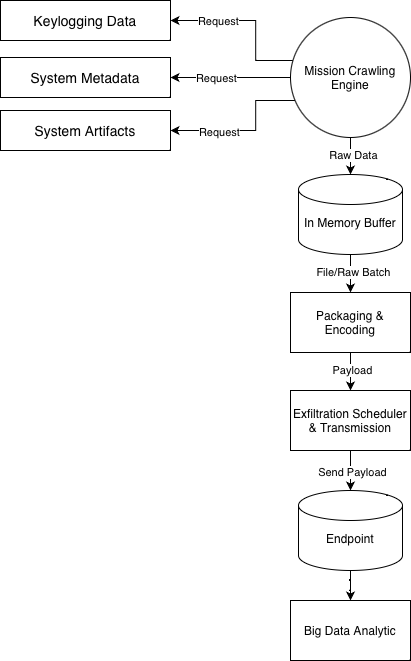
Before: image/hasil-desain.png, a diagram exported from draw.io (audraz/ProposalTA-Audra). Source tidied: cells renumbered, new cells last; positions are measured from the earlier drawing's top-left corner, leaving out a move shared by most shapes. Source of this version:
```xml
<mxGraphModel>
  <root>
    <mxCell id="0" />
    <mxCell id="1" parent="0" />
    <mxCell id="2" value="&lt;span style=&quot;text-align: start;&quot;&gt;&lt;font style=&quot;font-size: 14px;&quot;&gt;Keylogging Data&lt;/font&gt;&lt;/span&gt;" style="rounded=0;whiteSpace=wrap;html=1;" parent="1" vertex="1">
      <mxGeometry width="170" height="40" as="geometry" />
    </mxCell>
    <mxCell id="3" value="&lt;span style=&quot;text-align: start;&quot;&gt;&lt;font style=&quot;font-size: 14px;&quot;&gt;System Metadata&lt;/font&gt;&lt;/span&gt;" style="rounded=0;whiteSpace=wrap;html=1;" parent="1" vertex="1">
      <mxGeometry y="57" width="170" height="40" as="geometry" />
    </mxCell>
    <mxCell id="4" value="&lt;div style=&quot;text-align: start;&quot;&gt;&lt;span style=&quot;font-size: 14px;&quot;&gt;System Artifacts&lt;/span&gt;&lt;/div&gt;" style="rounded=0;whiteSpace=wrap;html=1;" parent="1" vertex="1">
      <mxGeometry y="110" width="170" height="40" as="geometry" />
    </mxCell>
    <mxCell id="5" style="edgeStyle=orthogonalEdgeStyle;rounded=0;jettySize=auto;html=1;entryX=1;entryY=0.5;entryDx=0;entryDy=0;" parent="1" edge="1" source="13" target="2">
      <mxGeometry relative="1" as="geometry">
        <Array as="points">
          <mxPoint x="255" y="60" />
          <mxPoint x="255" y="20" />
        </Array>
      </mxGeometry>
    </mxCell>
    <mxCell id="6" value="Request" style="edgeLabel;html=1;align=center;verticalAlign=middle;" parent="5" vertex="1">
      <mxGeometry x="0.45" y="-1" relative="1" as="geometry" />
    </mxCell>
    <mxCell id="7" style="edgeStyle=orthogonalEdgeStyle;rounded=0;jettySize=auto;html=1;entryX=1;entryY=0.5;entryDx=0;entryDy=0;" parent="1" edge="1" source="13" target="3">
      <mxGeometry relative="1" as="geometry" />
    </mxCell>
    <mxCell id="8" value="Request" style="edgeLabel;html=1;align=center;verticalAlign=middle;" parent="7" vertex="1">
      <mxGeometry x="0.24" y="-1" relative="1" as="geometry" />
    </mxCell>
    <mxCell id="9" style="edgeStyle=orthogonalEdgeStyle;rounded=0;jettySize=auto;html=1;entryX=1;entryY=0.5;entryDx=0;entryDy=0;" parent="1" edge="1" source="13" target="4">
      <mxGeometry relative="1" as="geometry">
        <Array as="points">
          <mxPoint x="255" y="100" />
          <mxPoint x="255" y="130" />
        </Array>
      </mxGeometry>
    </mxCell>
    <mxCell id="10" value="Request" style="edgeLabel;html=1;align=center;verticalAlign=middle;" parent="9" vertex="1">
      <mxGeometry x="0.42" relative="1" as="geometry" />
    </mxCell>
    <mxCell id="11" style="edgeStyle=orthogonalEdgeStyle;rounded=0;jettySize=auto;html=1;" parent="1" edge="1" source="13" target="16">
      <mxGeometry relative="1" as="geometry" />
    </mxCell>
    <mxCell id="12" value="Raw Data" style="edgeLabel;html=1;align=center;verticalAlign=middle;" parent="11" vertex="1">
      <mxGeometry x="-0.29" y="1" relative="1" as="geometry" />
    </mxCell>
    <mxCell id="13" value="Mission Crawling Engine" style="ellipse;whiteSpace=wrap;html=1;" parent="1" vertex="1">
      <mxGeometry x="290" y="17" width="120" height="120" as="geometry" />
    </mxCell>
    <mxCell id="14" style="edgeStyle=orthogonalEdgeStyle;rounded=0;jettySize=auto;html=1;entryX=0.5;entryY=0;entryDx=0;entryDy=0;" parent="1" edge="1" source="16" target="19">
      <mxGeometry relative="1" as="geometry" />
    </mxCell>
    <mxCell id="15" value="File/Raw Batch" style="edgeLabel;html=1;align=center;verticalAlign=middle;" parent="14" vertex="1">
      <mxGeometry x="-0.19" y="1" relative="1" as="geometry" />
    </mxCell>
    <mxCell id="16" value="In Memory Buffer" style="shape=cylinder3;whiteSpace=wrap;html=1;boundedLbl=1;backgroundOutline=1;size=15;" parent="1" vertex="1">
      <mxGeometry x="298" y="174" width="104" height="80" as="geometry" />
    </mxCell>
    <mxCell id="17" style="edgeStyle=orthogonalEdgeStyle;rounded=0;jettySize=auto;html=1;entryX=0.5;entryY=0;entryDx=0;entryDy=0;" parent="1" edge="1" source="19" target="20">
      <mxGeometry relative="1" as="geometry" />
    </mxCell>
    <mxCell id="18" value="Payload" style="edgeLabel;html=1;align=center;verticalAlign=middle;" parent="17" vertex="1">
      <mxGeometry x="-0.29" relative="1" as="geometry" />
    </mxCell>
    <mxCell id="19" value="Packaging &amp;amp; Encoding" style="rounded=0;whiteSpace=wrap;html=1;" parent="1" vertex="1">
      <mxGeometry x="290" y="292" width="120" height="60" as="geometry" />
    </mxCell>
    <mxCell id="20" value="Exfiltration Scheduler &amp;amp; Transmission" style="rounded=0;whiteSpace=wrap;html=1;" parent="1" vertex="1">
      <mxGeometry x="290" y="390" width="120" height="60" as="geometry" />
    </mxCell>
    <mxCell id="21" style="edgeStyle=orthogonalEdgeStyle;rounded=0;jettySize=auto;html=1;" parent="1" edge="1" source="22" target="25">
      <mxGeometry relative="1" as="geometry" />
    </mxCell>
    <mxCell id="22" value="Endpoint" style="shape=cylinder3;whiteSpace=wrap;html=1;boundedLbl=1;backgroundOutline=1;size=15;" parent="1" vertex="1">
      <mxGeometry x="298" y="490" width="104" height="80" as="geometry" />
    </mxCell>
    <mxCell id="23" style="edgeStyle=orthogonalEdgeStyle;rounded=0;jettySize=auto;html=1;entryX=0.5;entryY=0;entryDx=0;entryDy=0;entryPerimeter=0;" parent="1" edge="1" source="20" target="22">
      <mxGeometry relative="1" as="geometry" />
    </mxCell>
    <mxCell id="24" value="Send Payload" style="edgeLabel;html=1;align=center;verticalAlign=middle;" parent="23" vertex="1">
      <mxGeometry x="-0.09" relative="1" as="geometry" />
    </mxCell>
    <mxCell id="25" value="Big Data Analytic" style="rounded=0;whiteSpace=wrap;html=1;" parent="1" vertex="1">
      <mxGeometry x="290" y="600" width="120" height="60" as="geometry" />
    </mxCell>
  </root>
</mxGraphModel>
```
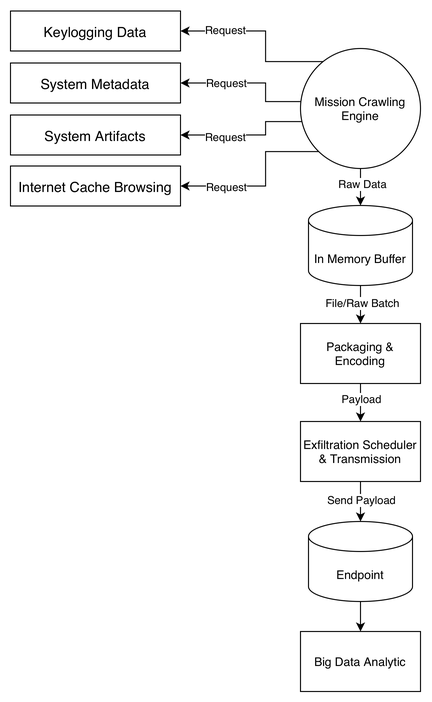
After the change.

Diff of the diagram source:
```diff
@@ -3,48 +3,64 @@
     <mxCell id="0" />
     <mxCell id="1" parent="0" />
     <mxCell id="2" value="&lt;span style=&quot;text-align: start;&quot;&gt;&lt;font style=&quot;font-size: 14px;&quot;&gt;Keylogging Data&lt;/font&gt;&lt;/span&gt;" style="rounded=0;whiteSpace=wrap;html=1;" parent="1" vertex="1">
-      <mxGeometry width="170" height="40" as="geometry" />
+      <mxGeometry y="-20.5" width="170" height="40" as="geometry" />
     </mxCell>
     <mxCell id="3" value="&lt;span style=&quot;text-align: start;&quot;&gt;&lt;font style=&quot;font-size: 14px;&quot;&gt;System Metadata&lt;/font&gt;&lt;/span&gt;" style="rounded=0;whiteSpace=wrap;html=1;" parent="1" vertex="1">
-      <mxGeometry y="57" width="170" height="40" as="geometry" />
+      <mxGeometry y="31.5" width="170" height="40" as="geometry" />
     </mxCell>
     <mxCell id="4" value="&lt;div style=&quot;text-align: start;&quot;&gt;&lt;span style=&quot;font-size: 14px;&quot;&gt;System Artifacts&lt;/span&gt;&lt;/div&gt;" style="rounded=0;whiteSpace=wrap;html=1;" parent="1" vertex="1">
-      <mxGeometry y="110" width="170" height="40" as="geometry" />
+      <mxGeometry y="83.5" width="170" height="40" as="geometry" />
     </mxCell>
     <mxCell id="5" style="edgeStyle=orthogonalEdgeStyle;rounded=0;jettySize=auto;html=1;entryX=1;entryY=0.5;entryDx=0;entryDy=0;" parent="1" edge="1" source="13" target="2">
       <mxGeometry relative="1" as="geometry">
         <Array as="points">
-          <mxPoint x="255" y="60" />
-          <mxPoint x="255" y="20" />
+          <mxPoint x="255" y="30" />
+          <mxPoint x="255" />
         </Array>
       </mxGeometry>
     </mxCell>
-    <mxCell id="6" value="Request" style="edgeLabel;html=1;align=center;verticalAlign=middle;" parent="5" vertex="1">
-      <mxGeometry x="0.45" y="-1" relative="1" as="geometry" />
-    </mxCell>
-    <mxCell id="7" style="edgeStyle=orthogonalEdgeStyle;rounded=0;jettySize=auto;html=1;entryX=1;entryY=0.5;entryDx=0;entryDy=0;" parent="1" edge="1" source="13" target="3">
-      <mxGeometry relative="1" as="geometry" />
-    </mxCell>
-    <mxCell id="8" value="Request" style="edgeLabel;html=1;align=center;verticalAlign=middle;" parent="7" vertex="1">
-      <mxGeometry x="0.24" y="-1" relative="1" as="geometry" />
-    </mxCell>
-    <mxCell id="9" style="edgeStyle=orthogonalEdgeStyle;rounded=0;jettySize=auto;html=1;entryX=1;entryY=0.5;entryDx=0;entryDy=0;" parent="1" edge="1" source="13" target="4">
-      <mxGeometry relative="1" as="geometry">
-        <Array as="points">
-          <mxPoint x="255" y="100" />
-          <mxPoint x="255" y="130" />
-        </Array>
-      </mxGeometry>
-    </mxCell>
-    <mxCell id="10" value="Request" style="edgeLabel;html=1;align=center;verticalAlign=middle;" parent="9" vertex="1">
-      <mxGeometry x="0.42" relative="1" as="geometry" />
-    </mxCell>
+    <mxCell id="26" value="Request" style="edgeLabel;html=1;align=center;verticalAlign=middle;" parent="5" vertex="1">
+      <mxGeometry x="0.49" y="-1" relative="1" as="geometry" />
+    </mxCell>
     <mxCell id="11" style="edgeStyle=orthogonalEdgeStyle;rounded=0;jettySize=auto;html=1;" parent="1" edge="1" source="13" target="16">
       <mxGeometry relative="1" as="geometry" />
     </mxCell>
     <mxCell id="12" value="Raw Data" style="edgeLabel;html=1;align=center;verticalAlign=middle;" parent="11" vertex="1">
       <mxGeometry x="-0.29" y="1" relative="1" as="geometry" />
     </mxCell>
+    <mxCell id="7" style="edgeStyle=orthogonalEdgeStyle;rounded=0;jettySize=auto;html=1;entryX=1;entryY=0.5;entryDx=0;entryDy=0;" parent="1" edge="1" source="13" target="3">
+      <mxGeometry relative="1" as="geometry">
+        <Array as="points">
+          <mxPoint x="255" y="70" />
+          <mxPoint x="255" y="52" />
+        </Array>
+      </mxGeometry>
+    </mxCell>
+    <mxCell id="27" value="Request" style="edgeLabel;html=1;align=center;verticalAlign=middle;" parent="7" vertex="1">
+      <mxGeometry x="0.36" relative="1" as="geometry" />
+    </mxCell>
+    <mxCell id="9" style="edgeStyle=orthogonalEdgeStyle;rounded=0;jettySize=auto;html=1;entryX=1;entryY=0.5;entryDx=0;entryDy=0;" parent="1" edge="1" source="13" target="4">
+      <mxGeometry relative="1" as="geometry">
+        <Array as="points">
+          <mxPoint x="255" y="90" />
+          <mxPoint x="255" y="104" />
+        </Array>
+      </mxGeometry>
+    </mxCell>
+    <mxCell id="28" value="Request" style="edgeLabel;html=1;align=center;verticalAlign=middle;" parent="9" vertex="1">
+      <mxGeometry x="0.34" y="2" relative="1" as="geometry" />
+    </mxCell>
+    <mxCell id="29" style="edgeStyle=orthogonalEdgeStyle;rounded=0;jettySize=auto;html=1;entryX=1;entryY=0.5;entryDx=0;entryDy=0;" parent="1" edge="1" source="13" target="31">
+      <mxGeometry relative="1" as="geometry">
+        <Array as="points">
+          <mxPoint x="255" y="120" />
+          <mxPoint x="255" y="154" />
+        </Array>
+      </mxGeometry>
+    </mxCell>
+    <mxCell id="30" value="Re&lt;span style=&quot;white-space: pre;&quot;&gt;quest&lt;/span&gt;" style="edgeLabel;html=1;align=center;verticalAlign=middle;" parent="29" vertex="1">
+      <mxGeometry x="0.48" y="1" relative="1" as="geometry" />
+    </mxCell>
     <mxCell id="13" value="Mission Crawling Engine" style="ellipse;whiteSpace=wrap;html=1;" parent="1" vertex="1">
       <mxGeometry x="290" y="17" width="120" height="120" as="geometry" />
     </mxCell>
@@ -84,5 +100,8 @@
     <mxCell id="25" value="Big Data Analytic" style="rounded=0;whiteSpace=wrap;html=1;" parent="1" vertex="1">
       <mxGeometry x="290" y="600" width="120" height="60" as="geometry" />
     </mxCell>
+    <mxCell id="31" value="&lt;div style=&quot;text-align: start;&quot;&gt;&lt;span style=&quot;font-size: 14px;&quot;&gt;Internet Cache Browsing&lt;/span&gt;&lt;/div&gt;" style="rounded=0;whiteSpace=wrap;html=1;" parent="1" vertex="1">
+      <mxGeometry y="134.5" width="170" height="40" as="geometry" />
+    </mxCell>
   </root>
 </mxGraphModel>
```
